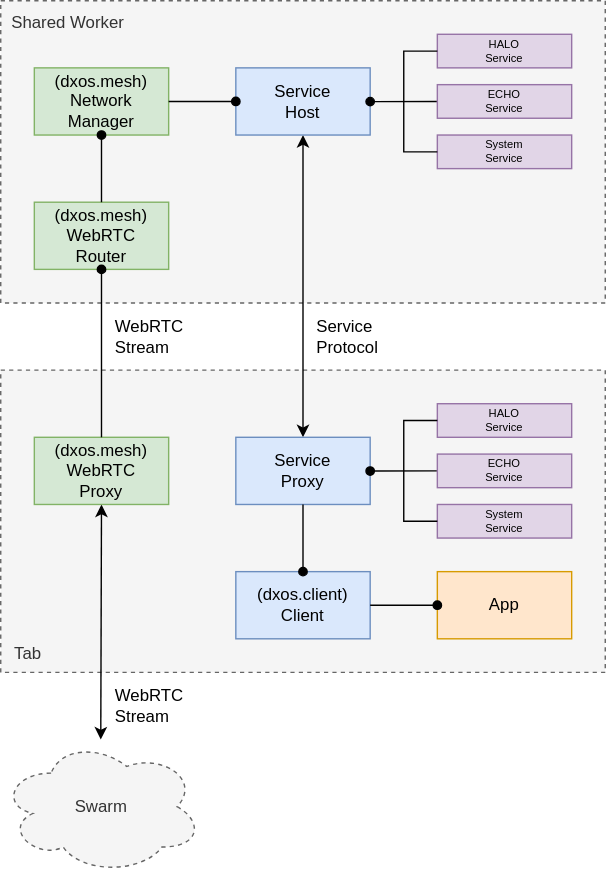
Above: docs/design/diagrams/client-webrtc-router.drawio.svg in dxos/dxos (draw.io), before the change. Source tidied: cells renumbered, new cells last; positions are measured from the earlier drawing's top-left corner, leaving out a move shared by most shapes. Source of this version:
```xml
<mxGraphModel>
  <root>
    <mxCell id="0" />
    <mxCell id="1" parent="0" />
    <mxCell id="2" value="Shared Worker" style="rounded=0;whiteSpace=wrap;html=1;fillColor=#f5f5f5;fontColor=#333333;strokeColor=#666666;dashed=1;verticalAlign=top;spacingBottom=4;spacingTop=4;align=left;spacing=0;spacingRight=8;spacingLeft=8;" parent="1" vertex="1">
      <mxGeometry width="432" height="216" as="geometry" />
    </mxCell>
    <mxCell id="3" value="Tab" style="rounded=0;whiteSpace=wrap;html=1;fillColor=#f5f5f5;fontColor=#333333;strokeColor=#666666;dashed=1;verticalAlign=bottom;spacingBottom=4;spacingTop=4;align=left;spacingRight=8;spacingLeft=8;" parent="1" vertex="1">
      <mxGeometry y="264" width="432" height="216" as="geometry" />
    </mxCell>
    <mxCell id="4" style="edgeStyle=none;html=1;startArrow=classic;startFill=1;endArrow=classic;endFill=1;exitX=0.5;exitY=1;exitDx=0;exitDy=0;" parent="1" edge="1" source="5" target="10">
      <mxGeometry relative="1" as="geometry" />
    </mxCell>
    <mxCell id="5" value="(dxos.mesh)&lt;br&gt;WebRTC&lt;br&gt;Proxy" style="rounded=0;whiteSpace=wrap;html=1;fillColor=#d5e8d4;strokeColor=#82b366;" parent="1" vertex="1">
      <mxGeometry x="24" y="312" width="96" height="48" as="geometry" />
    </mxCell>
    <mxCell id="6" value="(dxos.mesh)&lt;br&gt;WebRTC&lt;br&gt;Router" style="rounded=0;whiteSpace=wrap;html=1;fillColor=#d5e8d4;strokeColor=#82b366;" parent="1" vertex="1">
      <mxGeometry x="24" y="144" width="96" height="48" as="geometry" />
    </mxCell>
    <mxCell id="7" style="edgeStyle=none;html=1;exitX=0.5;exitY=0;exitDx=0;exitDy=0;entryX=0.5;entryY=1;entryDx=0;entryDy=0;startArrow=classic;startFill=1;endArrow=classic;endFill=1;" parent="1" edge="1" source="8" target="9">
      <mxGeometry relative="1" as="geometry" />
    </mxCell>
    <mxCell id="8" value="Service&lt;br&gt;Proxy" style="rounded=0;whiteSpace=wrap;html=1;fillColor=#dae8fc;strokeColor=#6c8ebf;" parent="1" vertex="1">
      <mxGeometry x="168" y="312" width="96" height="48" as="geometry" />
    </mxCell>
    <mxCell id="9" value="Service&lt;br&gt;Host" style="rounded=0;whiteSpace=wrap;html=1;fillColor=#dae8fc;strokeColor=#6c8ebf;" parent="1" vertex="1">
      <mxGeometry x="168" y="48" width="96" height="48" as="geometry" />
    </mxCell>
    <mxCell id="10" value="Swarm" style="ellipse;shape=cloud;whiteSpace=wrap;html=1;dashed=1;fillColor=#f5f5f5;fontColor=#333333;strokeColor=#666666;" parent="1" vertex="1">
      <mxGeometry y="528" width="144" height="96" as="geometry" />
    </mxCell>
    <mxCell id="11" value="WebRTC&lt;br&gt;Stream" style="rounded=0;whiteSpace=wrap;html=1;dashed=1;align=left;spacingLeft=8;strokeColor=none;fillColor=none;" parent="1" vertex="1">
      <mxGeometry x="72" y="480" width="96" height="48" as="geometry" />
    </mxCell>
    <mxCell id="12" value="(dxos.client)&lt;br&gt;Client" style="rounded=0;whiteSpace=wrap;html=1;fillColor=#dae8fc;strokeColor=#6c8ebf;" parent="1" vertex="1">
      <mxGeometry x="168" y="408" width="96" height="48" as="geometry" />
    </mxCell>
    <mxCell id="13" value="App" style="rounded=0;whiteSpace=wrap;html=1;fillColor=#ffe6cc;strokeColor=#d79b00;" parent="1" vertex="1">
      <mxGeometry x="312" y="408" width="96" height="48" as="geometry" />
    </mxCell>
    <mxCell id="14" style="edgeStyle=none;html=1;exitX=0.5;exitY=0;exitDx=0;exitDy=0;startArrow=oval;startFill=1;endArrow=none;endFill=0;" parent="1" edge="1" source="12" target="8">
      <mxGeometry relative="1" as="geometry" />
    </mxCell>
    <mxCell id="15" style="edgeStyle=none;html=1;exitX=0;exitY=0.5;exitDx=0;exitDy=0;startArrow=oval;startFill=1;endArrow=none;endFill=0;" parent="1" edge="1" source="13" target="12">
      <mxGeometry relative="1" as="geometry" />
    </mxCell>
    <mxCell id="16" value="WebRTC&lt;br&gt;Stream" style="rounded=0;whiteSpace=wrap;html=1;dashed=1;align=left;spacingLeft=8;strokeColor=none;fillColor=none;" parent="1" vertex="1">
      <mxGeometry x="72" y="216" width="96" height="48" as="geometry" />
    </mxCell>
    <mxCell id="17" value="Service&lt;br&gt;Protocol" style="rounded=0;whiteSpace=wrap;html=1;dashed=1;align=left;spacingLeft=8;strokeColor=none;fillColor=none;" parent="1" vertex="1">
      <mxGeometry x="216" y="216" width="96" height="48" as="geometry" />
    </mxCell>
    <mxCell id="18" value="(dxos.mesh)&lt;br&gt;Network&lt;br&gt;Manager" style="rounded=0;whiteSpace=wrap;html=1;fillColor=#d5e8d4;strokeColor=#82b366;" parent="1" vertex="1">
      <mxGeometry x="24" y="48" width="96" height="48" as="geometry" />
    </mxCell>
    <mxCell id="19" style="edgeStyle=none;html=1;exitX=0.5;exitY=1;exitDx=0;exitDy=0;entryX=0.5;entryY=0;entryDx=0;entryDy=0;endArrow=none;endFill=0;startArrow=oval;startFill=1;" parent="1" edge="1" source="18" target="6">
      <mxGeometry relative="1" as="geometry" />
    </mxCell>
    <mxCell id="20" style="edgeStyle=none;html=1;exitX=0;exitY=0.5;exitDx=0;exitDy=0;startArrow=oval;startFill=1;endArrow=none;endFill=0;" parent="1" edge="1" source="9" target="18">
      <mxGeometry relative="1" as="geometry" />
    </mxCell>
    <mxCell id="21" style="edgeStyle=none;html=1;exitX=0.5;exitY=1;exitDx=0;exitDy=0;startArrow=oval;startFill=1;endArrow=none;endFill=0;" parent="1" edge="1" source="6" target="5">
      <mxGeometry relative="1" as="geometry" />
    </mxCell>
    <mxCell id="22" style="group;" parent="1" vertex="1">
      <mxGeometry x="264" y="24" width="144" height="96" as="geometry" />
    </mxCell>
    <mxCell id="23" value="HALO&lt;br style=&quot;font-size: 8px&quot;&gt;Service" style="rounded=0;whiteSpace=wrap;html=1;fontSize=8;fillColor=#e1d5e7;strokeColor=#9673a6;" parent="22" vertex="1">
      <mxGeometry x="48" width="96" height="24" as="geometry" />
    </mxCell>
    <mxCell id="24" style="edgeStyle=none;rounded=0;html=1;exitX=0;exitY=0.5;exitDx=0;exitDy=0;startArrow=none;startFill=0;endArrow=oval;endFill=1;" parent="22" edge="1" source="25">
      <mxGeometry relative="1" as="geometry">
        <mxPoint y="48.1" as="targetPoint" />
      </mxGeometry>
    </mxCell>
    <mxCell id="25" value="ECHO&lt;br style=&quot;font-size: 8px&quot;&gt;Service" style="rounded=0;whiteSpace=wrap;html=1;fontSize=8;fillColor=#e1d5e7;strokeColor=#9673a6;" parent="22" vertex="1">
      <mxGeometry x="48" y="36" width="96" height="24" as="geometry" />
    </mxCell>
    <mxCell id="26" value="System&lt;br style=&quot;font-size: 8px&quot;&gt;Service" style="rounded=0;whiteSpace=wrap;html=1;fontSize=8;fillColor=#e1d5e7;strokeColor=#9673a6;" parent="22" vertex="1">
      <mxGeometry x="48" y="72" width="96" height="24" as="geometry" />
    </mxCell>
    <mxCell id="27" style="edgeStyle=none;html=1;exitX=0;exitY=0.5;exitDx=0;exitDy=0;entryX=0;entryY=0.5;entryDx=0;entryDy=0;startArrow=none;startFill=0;endArrow=none;endFill=0;rounded=0;" parent="22" edge="1" source="23" target="26">
      <mxGeometry relative="1" as="geometry">
        <Array as="points">
          <mxPoint x="24" y="12" />
          <mxPoint x="24" y="84" />
        </Array>
      </mxGeometry>
    </mxCell>
    <mxCell id="28" style="group;" parent="1" vertex="1">
      <mxGeometry x="264" y="288" width="144" height="96" as="geometry" />
    </mxCell>
    <mxCell id="29" value="HALO&lt;br style=&quot;font-size: 8px&quot;&gt;Service" style="rounded=0;whiteSpace=wrap;html=1;fontSize=8;fillColor=#e1d5e7;strokeColor=#9673a6;" parent="28" vertex="1">
      <mxGeometry x="48" width="96" height="24" as="geometry" />
    </mxCell>
    <mxCell id="30" style="edgeStyle=none;rounded=0;html=1;exitX=0;exitY=0.5;exitDx=0;exitDy=0;startArrow=none;startFill=0;endArrow=oval;endFill=1;" parent="28" edge="1" source="31">
      <mxGeometry relative="1" as="geometry">
        <mxPoint y="48.1" as="targetPoint" />
      </mxGeometry>
    </mxCell>
    <mxCell id="31" value="ECHO&lt;br style=&quot;font-size: 8px&quot;&gt;Service" style="rounded=0;whiteSpace=wrap;html=1;fontSize=8;fillColor=#e1d5e7;strokeColor=#9673a6;" parent="28" vertex="1">
      <mxGeometry x="48" y="36" width="96" height="24" as="geometry" />
    </mxCell>
    <mxCell id="32" value="System&lt;br style=&quot;font-size: 8px&quot;&gt;Service" style="rounded=0;whiteSpace=wrap;html=1;fontSize=8;fillColor=#e1d5e7;strokeColor=#9673a6;" parent="28" vertex="1">
      <mxGeometry x="48" y="72" width="96" height="24" as="geometry" />
    </mxCell>
    <mxCell id="33" style="edgeStyle=none;html=1;exitX=0;exitY=0.5;exitDx=0;exitDy=0;entryX=0;entryY=0.5;entryDx=0;entryDy=0;startArrow=none;startFill=0;endArrow=none;endFill=0;rounded=0;" parent="28" edge="1" source="29" target="32">
      <mxGeometry relative="1" as="geometry">
        <Array as="points">
          <mxPoint x="24" y="12" />
          <mxPoint x="24" y="84" />
        </Array>
      </mxGeometry>
    </mxCell>
  </root>
</mxGraphModel>
```
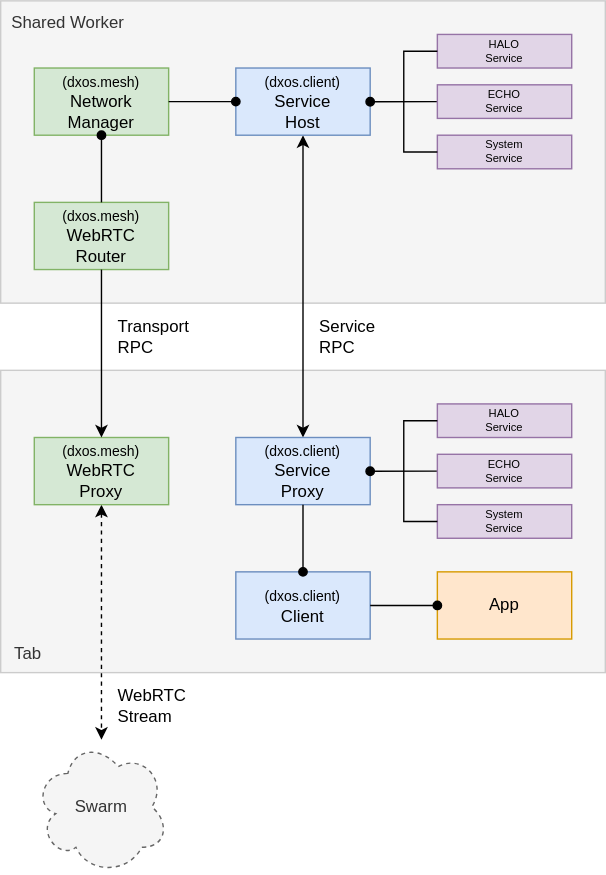
Above is the later version.

The edit, as a diff of the source:
```diff
@@ -2,37 +2,37 @@
   <root>
     <mxCell id="0" />
     <mxCell id="1" parent="0" />
-    <mxCell id="2" value="Shared Worker" style="rounded=0;whiteSpace=wrap;html=1;fillColor=#f5f5f5;fontColor=#333333;strokeColor=#666666;dashed=1;verticalAlign=top;spacingBottom=4;spacingTop=4;align=left;spacing=0;spacingRight=8;spacingLeft=8;" parent="1" vertex="1">
+    <mxCell id="2" value="Shared Worker" style="rounded=0;whiteSpace=wrap;html=1;fillColor=#f5f5f5;fontColor=#333333;strokeColor=#CCCCCC;verticalAlign=top;spacingBottom=4;spacingTop=4;align=left;spacing=0;spacingRight=8;spacingLeft=8;" parent="1" vertex="1">
       <mxGeometry width="432" height="216" as="geometry" />
     </mxCell>
-    <mxCell id="3" value="Tab" style="rounded=0;whiteSpace=wrap;html=1;fillColor=#f5f5f5;fontColor=#333333;strokeColor=#666666;dashed=1;verticalAlign=bottom;spacingBottom=4;spacingTop=4;align=left;spacingRight=8;spacingLeft=8;" parent="1" vertex="1">
+    <mxCell id="3" value="Tab" style="rounded=0;whiteSpace=wrap;html=1;fillColor=#f5f5f5;fontColor=#333333;strokeColor=#CCCCCC;verticalAlign=bottom;spacingBottom=4;spacingTop=4;align=left;spacingRight=8;spacingLeft=8;" parent="1" vertex="1">
       <mxGeometry y="264" width="432" height="216" as="geometry" />
     </mxCell>
-    <mxCell id="4" style="edgeStyle=none;html=1;startArrow=classic;startFill=1;endArrow=classic;endFill=1;exitX=0.5;exitY=1;exitDx=0;exitDy=0;" parent="1" edge="1" source="5" target="10">
+    <mxCell id="4" style="edgeStyle=none;html=1;startArrow=classic;startFill=1;endArrow=classic;endFill=1;exitX=0.5;exitY=1;exitDx=0;exitDy=0;dashed=1;" parent="1" edge="1" source="5" target="10">
       <mxGeometry relative="1" as="geometry" />
     </mxCell>
-    <mxCell id="5" value="(dxos.mesh)&lt;br&gt;WebRTC&lt;br&gt;Proxy" style="rounded=0;whiteSpace=wrap;html=1;fillColor=#d5e8d4;strokeColor=#82b366;" parent="1" vertex="1">
+    <mxCell id="5" value="&lt;font style=&quot;font-size: 10px&quot;&gt;(dxos.mesh)&lt;br&gt;&lt;/font&gt;WebRTC&lt;br&gt;Proxy" style="rounded=0;whiteSpace=wrap;html=1;fillColor=#d5e8d4;strokeColor=#82b366;" parent="1" vertex="1">
       <mxGeometry x="24" y="312" width="96" height="48" as="geometry" />
     </mxCell>
-    <mxCell id="6" value="(dxos.mesh)&lt;br&gt;WebRTC&lt;br&gt;Router" style="rounded=0;whiteSpace=wrap;html=1;fillColor=#d5e8d4;strokeColor=#82b366;" parent="1" vertex="1">
+    <mxCell id="6" value="&lt;font style=&quot;font-size: 10px&quot;&gt;(dxos.mesh)&lt;/font&gt;&lt;br&gt;WebRTC&lt;br&gt;Router" style="rounded=0;whiteSpace=wrap;html=1;fillColor=#d5e8d4;strokeColor=#82b366;" parent="1" vertex="1">
       <mxGeometry x="24" y="144" width="96" height="48" as="geometry" />
     </mxCell>
     <mxCell id="7" style="edgeStyle=none;html=1;exitX=0.5;exitY=0;exitDx=0;exitDy=0;entryX=0.5;entryY=1;entryDx=0;entryDy=0;startArrow=classic;startFill=1;endArrow=classic;endFill=1;" parent="1" edge="1" source="8" target="9">
       <mxGeometry relative="1" as="geometry" />
     </mxCell>
-    <mxCell id="8" value="Service&lt;br&gt;Proxy" style="rounded=0;whiteSpace=wrap;html=1;fillColor=#dae8fc;strokeColor=#6c8ebf;" parent="1" vertex="1">
+    <mxCell id="8" value="&lt;font style=&quot;font-size: 10px&quot;&gt;(dxos.client)&lt;br&gt;&lt;/font&gt;Service&lt;br&gt;Proxy" style="rounded=0;whiteSpace=wrap;html=1;fillColor=#dae8fc;strokeColor=#6c8ebf;" parent="1" vertex="1">
       <mxGeometry x="168" y="312" width="96" height="48" as="geometry" />
     </mxCell>
-    <mxCell id="9" value="Service&lt;br&gt;Host" style="rounded=0;whiteSpace=wrap;html=1;fillColor=#dae8fc;strokeColor=#6c8ebf;" parent="1" vertex="1">
+    <mxCell id="9" value="&lt;font style=&quot;font-size: 10px&quot;&gt;(dxos.client)&lt;/font&gt;&lt;br&gt;Service&lt;br&gt;Host" style="rounded=0;whiteSpace=wrap;html=1;fillColor=#dae8fc;strokeColor=#6c8ebf;" parent="1" vertex="1">
       <mxGeometry x="168" y="48" width="96" height="48" as="geometry" />
     </mxCell>
     <mxCell id="10" value="Swarm" style="ellipse;shape=cloud;whiteSpace=wrap;html=1;dashed=1;fillColor=#f5f5f5;fontColor=#333333;strokeColor=#666666;" parent="1" vertex="1">
-      <mxGeometry y="528" width="144" height="96" as="geometry" />
+      <mxGeometry x="24" y="528" width="96" height="96" as="geometry" />
     </mxCell>
-    <mxCell id="11" value="WebRTC&lt;br&gt;Stream" style="rounded=0;whiteSpace=wrap;html=1;dashed=1;align=left;spacingLeft=8;strokeColor=none;fillColor=none;" parent="1" vertex="1">
+    <mxCell id="11" value="WebRTC&lt;br&gt;Stream" style="rounded=0;whiteSpace=wrap;html=1;dashed=1;align=left;spacingLeft=10;strokeColor=none;fillColor=none;" parent="1" vertex="1">
       <mxGeometry x="72" y="480" width="96" height="48" as="geometry" />
     </mxCell>
-    <mxCell id="12" value="(dxos.client)&lt;br&gt;Client" style="rounded=0;whiteSpace=wrap;html=1;fillColor=#dae8fc;strokeColor=#6c8ebf;" parent="1" vertex="1">
+    <mxCell id="12" value="&lt;font style=&quot;font-size: 10px&quot;&gt;(dxos.client)&lt;br&gt;&lt;/font&gt;Client" style="rounded=0;whiteSpace=wrap;html=1;fillColor=#dae8fc;strokeColor=#6c8ebf;" parent="1" vertex="1">
       <mxGeometry x="168" y="408" width="96" height="48" as="geometry" />
     </mxCell>
     <mxCell id="13" value="App" style="rounded=0;whiteSpace=wrap;html=1;fillColor=#ffe6cc;strokeColor=#d79b00;" parent="1" vertex="1">
@@ -44,13 +44,13 @@
     <mxCell id="15" style="edgeStyle=none;html=1;exitX=0;exitY=0.5;exitDx=0;exitDy=0;startArrow=oval;startFill=1;endArrow=none;endFill=0;" parent="1" edge="1" source="13" target="12">
       <mxGeometry relative="1" as="geometry" />
     </mxCell>
-    <mxCell id="16" value="WebRTC&lt;br&gt;Stream" style="rounded=0;whiteSpace=wrap;html=1;dashed=1;align=left;spacingLeft=8;strokeColor=none;fillColor=none;" parent="1" vertex="1">
+    <mxCell id="16" value="Transport&lt;br&gt;RPC" style="rounded=0;whiteSpace=wrap;html=1;dashed=1;align=left;spacingLeft=10;strokeColor=none;fillColor=none;" parent="1" vertex="1">
       <mxGeometry x="72" y="216" width="96" height="48" as="geometry" />
     </mxCell>
-    <mxCell id="17" value="Service&lt;br&gt;Protocol" style="rounded=0;whiteSpace=wrap;html=1;dashed=1;align=left;spacingLeft=8;strokeColor=none;fillColor=none;" parent="1" vertex="1">
+    <mxCell id="17" value="Service&lt;br&gt;RPC" style="rounded=0;whiteSpace=wrap;html=1;dashed=1;align=left;spacingLeft=10;strokeColor=none;fillColor=none;" parent="1" vertex="1">
       <mxGeometry x="216" y="216" width="96" height="48" as="geometry" />
     </mxCell>
-    <mxCell id="18" value="(dxos.mesh)&lt;br&gt;Network&lt;br&gt;Manager" style="rounded=0;whiteSpace=wrap;html=1;fillColor=#d5e8d4;strokeColor=#82b366;" parent="1" vertex="1">
+    <mxCell id="18" value="&lt;font style=&quot;font-size: 10px&quot;&gt;(dxos.mesh)&lt;br&gt;&lt;/font&gt;Network&lt;br&gt;Manager" style="rounded=0;whiteSpace=wrap;html=1;fillColor=#d5e8d4;strokeColor=#82b366;" parent="1" vertex="1">
       <mxGeometry x="24" y="48" width="96" height="48" as="geometry" />
     </mxCell>
     <mxCell id="19" style="edgeStyle=none;html=1;exitX=0.5;exitY=1;exitDx=0;exitDy=0;entryX=0.5;entryY=0;entryDx=0;entryDy=0;endArrow=none;endFill=0;startArrow=oval;startFill=1;" parent="1" edge="1" source="18" target="6">
@@ -59,7 +59,7 @@
     <mxCell id="20" style="edgeStyle=none;html=1;exitX=0;exitY=0.5;exitDx=0;exitDy=0;startArrow=oval;startFill=1;endArrow=none;endFill=0;" parent="1" edge="1" source="9" target="18">
       <mxGeometry relative="1" as="geometry" />
     </mxCell>
-    <mxCell id="21" style="edgeStyle=none;html=1;exitX=0.5;exitY=1;exitDx=0;exitDy=0;startArrow=oval;startFill=1;endArrow=none;endFill=0;" parent="1" edge="1" source="6" target="5">
+    <mxCell id="21" style="edgeStyle=none;html=1;exitX=0.5;exitY=1;exitDx=0;exitDy=0;startArrow=none;startFill=0;endArrow=classic;endFill=1;" parent="1" edge="1" source="6" target="5">
       <mxGeometry relative="1" as="geometry" />
     </mxCell>
     <mxCell id="22" style="group;" parent="1" vertex="1">
```
